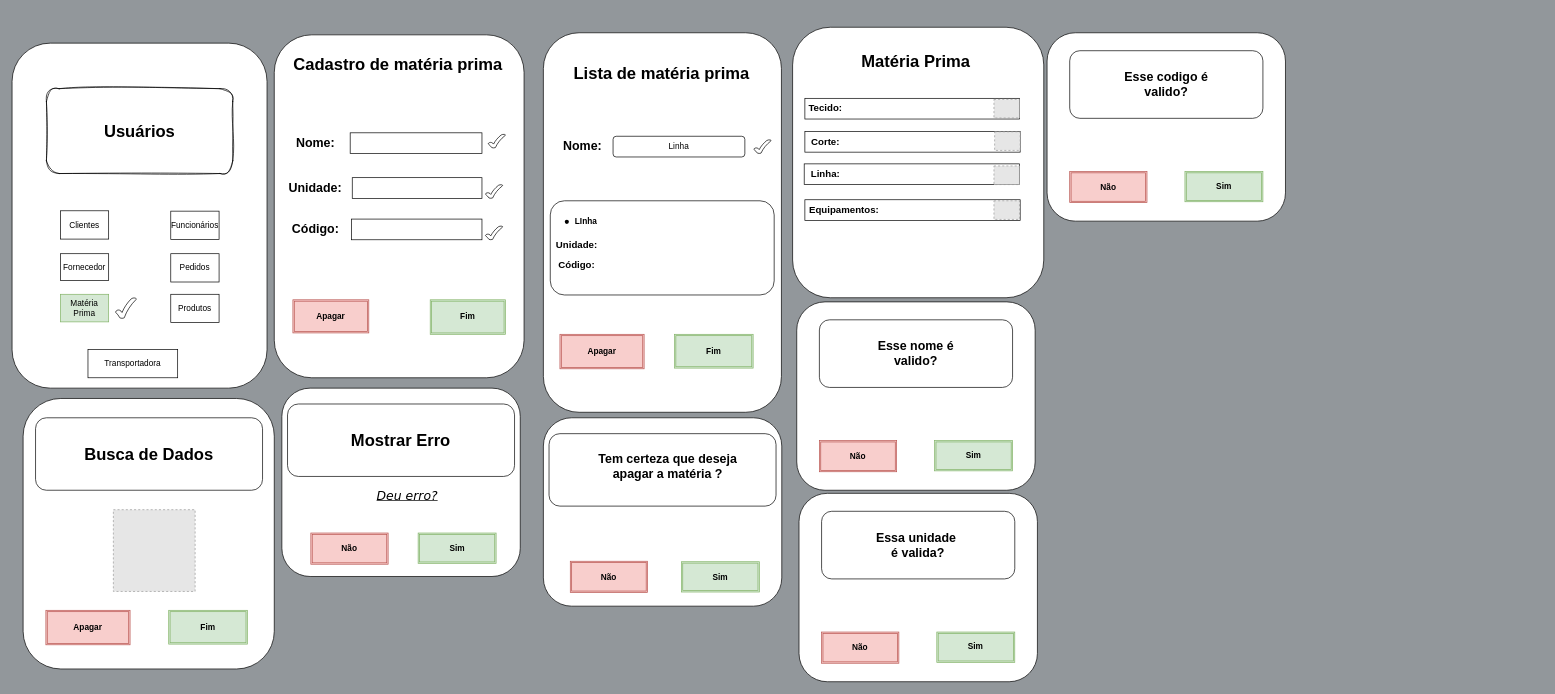
jeangustavoo/diagrama keeps this draw.io diagram as page "Página-10" (10 of 14) of DOC/FLUXOGRAMA.DRAWIO. Above is the earlier version. Source tidied: cells renumbered, new cells numbered last; positions are measured from the earlier drawing's top-left corner, leaving out a move shared by most shapes. Both pictures are drawn from the tidied source at 69%, with x=0, y=0 at pixel (12, 27). Pictures stored in the file or linked from it are replaced by grey dashed boxes.
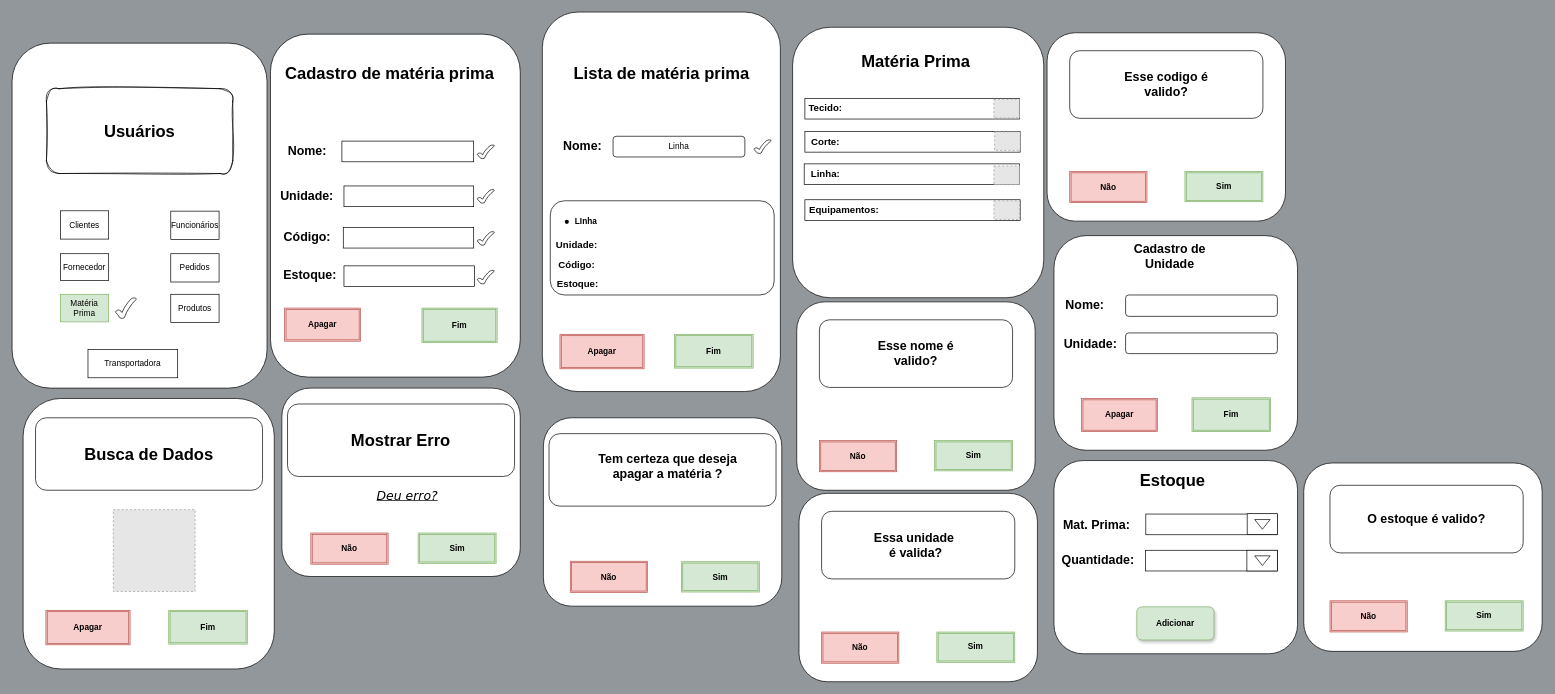
The same page after the edit.

Diff of the diagram source:
```diff
@@
     <mxCell id="2" style="rounded=1;whiteSpace=wrap;html=1;" parent="1" vertex="1">
-      <mxGeometry x="380" y="11" width="362" height="497" as="geometry" />
+      <mxGeometry x="374.5" y="10" width="362" height="497" as="geometry" />
     </mxCell>
     <mxCell id="3" value="&lt;font style=&quot;font-size: 24px;&quot;&gt;&amp;nbsp;&lt;b style=&quot;&quot;&gt;Cadastro de matéria prima&amp;nbsp;&lt;/b&gt;&lt;/font&gt;" style="text;html=1;align=center;verticalAlign=middle;strokeColor=none;fillColor=none;" parent="1" vertex="1">
-      <mxGeometry x="389" y="35" width="340" height="40" as="geometry" />
+      <mxGeometry x="377" y="47" width="340" height="40" as="geometry" />
     </mxCell>
     <mxCell id="4" value="&lt;b&gt;&lt;font style=&quot;font-size: 18px;&quot;&gt;Nome:&lt;/font&gt;&lt;/b&gt;" style="text;html=1;align=center;verticalAlign=middle;whiteSpace=wrap;rounded=0;" parent="1" vertex="1">
-      <mxGeometry x="392" y="147" width="96" height="42" as="geometry" />
+      <mxGeometry x="380" y="159" width="96" height="42" as="geometry" />
     </mxCell>
     <mxCell id="5" style="rounded=0;whiteSpace=wrap;html=1;" parent="1" vertex="1">
-      <mxGeometry x="490" y="153" width="191" height="30" as="geometry" />
+      <mxGeometry x="478" y="165" width="191" height="30" as="geometry" />
     </mxCell>
     <mxCell id="6" value="&lt;span style=&quot;font-size: 18px;&quot;&gt;&lt;b&gt;Unidade:&lt;/b&gt;&lt;/span&gt;" style="text;html=1;align=center;verticalAlign=middle;whiteSpace=wrap;rounded=0;" parent="1" vertex="1">
-      <mxGeometry x="386.5" y="217" width="105" height="31" as="geometry" />
+      <mxGeometry x="374.5" y="229" width="105" height="31" as="geometry" />
     </mxCell>
     <mxCell id="7" style="rounded=0;whiteSpace=wrap;html=1;" parent="1" vertex="1">
-      <mxGeometry x="493" y="218" width="188" height="30" as="geometry" />
+      <mxGeometry x="481" y="230" width="188" height="30" as="geometry" />
     </mxCell>
     <mxCell id="8" style="rounded=0;whiteSpace=wrap;html=1;" parent="1" vertex="1">
-      <mxGeometry x="492" y="278" width="189" height="30" as="geometry" />
+      <mxGeometry x="480" y="290" width="189" height="30" as="geometry" />
     </mxCell>
     <mxCell id="9" value="&lt;font style=&quot;font-size: 18px;&quot;&gt;&lt;b&gt;Código:&lt;/b&gt;&lt;/font&gt;" style="text;html=1;align=center;verticalAlign=middle;whiteSpace=wrap;rounded=0;" parent="1" vertex="1">
-      <mxGeometry x="389" y="278" width="102" height="28" as="geometry" />
+      <mxGeometry x="377" y="290" width="102" height="28" as="geometry" />
     </mxCell>
     <mxCell id="10" value="&lt;font face=&quot;Helvetica&quot;&gt;&lt;b&gt;Apagar&lt;/b&gt;&lt;/font&gt;" style="shape=ext;double=1;rounded=0;whiteSpace=wrap;html=1;hachureGap=4;fontFamily=Architects Daughter;fillColor=#f8cecc;strokeColor=#b85450;" parent="1" vertex="1">
-      <mxGeometry x="407" y="395" width="110" height="48" as="geometry" />
+      <mxGeometry x="395" y="407" width="110" height="48" as="geometry" />
     </mxCell>
     <mxCell id="11" value="&lt;font face=&quot;Helvetica&quot;&gt;&lt;b&gt;Fim&lt;/b&gt;&lt;/font&gt;" style="shape=ext;double=1;rounded=0;whiteSpace=wrap;html=1;hachureGap=4;fontFamily=Architects Daughter;fillColor=#d5e8d4;strokeColor=#82b366;" parent="1" vertex="1">
-      <mxGeometry x="606" y="395" width="109" height="50" as="geometry" />
+      <mxGeometry x="594" y="407" width="109" height="50" as="geometry" />
     </mxCell>
     <mxCell id="12" style="verticalLabelPosition=bottom;verticalAlign=top;html=1;shape=mxgraph.basic.tick;" parent="1" vertex="1">
-      <mxGeometry x="686" y="288" width="25" height="20" as="geometry" />
+      <mxGeometry x="674" y="296" width="25" height="20" as="geometry" />
     </mxCell>
     <mxCell id="13" style="verticalLabelPosition=bottom;verticalAlign=top;html=1;shape=mxgraph.basic.tick;" parent="1" vertex="1">
-      <mxGeometry x="686" y="228" width="25" height="20" as="geometry" />
+      <mxGeometry x="674" y="235" width="25" height="20" as="geometry" />
     </mxCell>
     <mxCell id="14" style="verticalLabelPosition=bottom;verticalAlign=top;html=1;shape=mxgraph.basic.tick;" parent="1" vertex="1">
-      <mxGeometry x="690" y="155" width="25" height="20" as="geometry" />
+      <mxGeometry x="674" y="170.5" width="25" height="20" as="geometry" />
     </mxCell>
     <mxCell id="15" style="rounded=1;whiteSpace=wrap;html=1;" parent="1" vertex="1">
-      <mxGeometry x="770" y="8" width="345" height="550" as="geometry" />
+      <mxGeometry x="768.5" y="-22" width="345" height="550" as="geometry" />
     </mxCell>
@@
-    <mxCell id="79" value="&lt;font style=&quot;font-size: 18px;&quot;&gt;&lt;b&gt;Essa unidade&amp;nbsp; é valida&lt;/b&gt;&lt;b&gt;?&lt;/b&gt;&lt;/font&gt;" style="text;html=1;align=center;verticalAlign=middle;whiteSpace=wrap;rounded=0;" parent="1" vertex="1">
-      <mxGeometry x="1244.2" y="735.5" width="138" height="30" as="geometry" />
+    <mxCell id="79" value="&lt;b style=&quot;font-size: 18px;&quot;&gt;Essa unidade&amp;nbsp; é valida&lt;/b&gt;&lt;b style=&quot;font-size: 18px;&quot;&gt;?&lt;/b&gt;" style="text;html=1;align=center;verticalAlign=middle;whiteSpace=wrap;rounded=0;" parent="1" vertex="1">
+      <mxGeometry x="1241" y="735.5" width="138" height="30" as="geometry" />
     </mxCell>
@@
+    <mxCell id="87" style="rounded=1;whiteSpace=wrap;html=1;" parent="1" vertex="1">
+      <mxGeometry x="1510" y="302" width="353" height="311" as="geometry" />
+    </mxCell>
+    <mxCell id="88" value="&lt;font style=&quot;font-size: 18px;&quot; face=&quot;Helvetica&quot;&gt;&lt;b style=&quot;&quot;&gt;Cadastro de Unidade&lt;/b&gt;&lt;/font&gt;" style="text;html=1;align=center;verticalAlign=middle;whiteSpace=wrap;rounded=0;" parent="1" vertex="1">
+      <mxGeometry x="1613.8" y="318" width="128" height="30" as="geometry" />
+    </mxCell>
+    <mxCell id="89" value="&lt;b&gt;&lt;font style=&quot;font-size: 18px;&quot;&gt;Nome:&lt;/font&gt;&lt;/b&gt;" style="text;html=1;align=center;verticalAlign=middle;whiteSpace=wrap;rounded=0;" parent="1" vertex="1">
+      <mxGeometry x="1520" y="388" width="70" height="30" as="geometry" />
+    </mxCell>
+    <mxCell id="90" style="rounded=1;whiteSpace=wrap;html=1;" parent="1" vertex="1">
+      <mxGeometry x="1613.8" y="388" width="220" height="31" as="geometry" />
+    </mxCell>
+    <mxCell id="91" value="&lt;b style=&quot;font-size: 18px;&quot;&gt;Unidade:&lt;/b&gt;" style="text;html=1;align=center;verticalAlign=middle;whiteSpace=wrap;rounded=0;" parent="1" vertex="1">
+      <mxGeometry x="1532.8" y="445" width="60" height="30" as="geometry" />
+    </mxCell>
+    <mxCell id="92" style="rounded=1;whiteSpace=wrap;html=1;" parent="1" vertex="1">
+      <mxGeometry x="1613.8" y="443" width="220" height="30" as="geometry" />
+    </mxCell>
+    <mxCell id="93" value="&lt;font face=&quot;Helvetica&quot;&gt;&lt;b&gt;Apagar&lt;/b&gt;&lt;/font&gt;" style="shape=ext;double=1;rounded=0;whiteSpace=wrap;html=1;hachureGap=4;fontFamily=Architects Daughter;fillColor=#f8cecc;strokeColor=#b85450;" parent="1" vertex="1">
+      <mxGeometry x="1550" y="538" width="110" height="48" as="geometry" />
+    </mxCell>
+    <mxCell id="94" value="&lt;font face=&quot;Helvetica&quot;&gt;&lt;b&gt;Fim&lt;/b&gt;&lt;/font&gt;" style="shape=ext;double=1;rounded=0;whiteSpace=wrap;html=1;hachureGap=4;fontFamily=Architects Daughter;fillColor=#d5e8d4;strokeColor=#82b366;" parent="1" vertex="1">
+      <mxGeometry x="1710" y="537" width="114" height="49" as="geometry" />
+    </mxCell>
+    <mxCell id="95" style="rounded=1;whiteSpace=wrap;html=1;" parent="1" vertex="1">
+      <mxGeometry x="1510" y="628" width="353" height="280" as="geometry" />
+    </mxCell>
+    <mxCell id="96" value="&lt;b&gt;&lt;font style=&quot;font-size: 24px;&quot;&gt;Estoque&lt;/font&gt;&lt;/b&gt;" style="text;html=1;align=center;verticalAlign=middle;whiteSpace=wrap;rounded=0;" parent="1" vertex="1">
+      <mxGeometry x="1621.8" y="642.9" width="120" height="30" as="geometry" />
+    </mxCell>
+    <mxCell id="97" value="&lt;font style=&quot;font-size: 18px;&quot;&gt;&lt;b style=&quot;&quot;&gt;Mat. Prima:&amp;nbsp;&lt;/b&gt;&lt;/font&gt;" style="text;html=1;align=center;verticalAlign=middle;whiteSpace=wrap;rounded=0;" parent="1" vertex="1">
+      <mxGeometry x="1515.8" y="705.5" width="117.2" height="30" as="geometry" />
+    </mxCell>
+    <mxCell id="98" style="rounded=0;whiteSpace=wrap;html=1;" parent="1" vertex="1">
+      <mxGeometry x="1643.1" y="705.5" width="191" height="30" as="geometry" />
+    </mxCell>
+    <mxCell id="99" value="&lt;b&gt;&lt;font style=&quot;font-size: 18px;&quot;&gt;&lt;font style=&quot;&quot;&gt;Quantidade&lt;/font&gt;:&lt;/font&gt;&lt;/b&gt;" style="text;html=1;align=center;verticalAlign=middle;whiteSpace=wrap;rounded=0;" parent="1" vertex="1">
+      <mxGeometry x="1543.8" y="758" width="60" height="30" as="geometry" />
+    </mxCell>
+    <mxCell id="100" style="rounded=0;whiteSpace=wrap;html=1;" parent="1" vertex="1">
+      <mxGeometry x="1642.8" y="758" width="191" height="30" as="geometry" />
+    </mxCell>
+    <mxCell id="101" style="rounded=0;whiteSpace=wrap;html=1;" parent="1" vertex="1">
+      <mxGeometry x="1790" y="705" width="44.1" height="30" as="geometry" />
+    </mxCell>
+    <mxCell id="102" style="rounded=0;whiteSpace=wrap;html=1;" parent="1" vertex="1">
+      <mxGeometry x="1789.6" y="758" width="44.1" height="30" as="geometry" />
+    </mxCell>
+    <mxCell id="103" style="triangle;whiteSpace=wrap;html=1;rotation=90;" parent="1" vertex="1">
+      <mxGeometry x="1805.1" y="709.2" width="14" height="22.5" as="geometry" />
+    </mxCell>
+    <mxCell id="104" style="triangle;whiteSpace=wrap;html=1;rotation=90;" parent="1" vertex="1">
+      <mxGeometry x="1805.1" y="761.8" width="14" height="22.5" as="geometry" />
+    </mxCell>
+    <mxCell id="105" value="&lt;b&gt;Adicionar&lt;/b&gt;" style="rounded=1;whiteSpace=wrap;html=1;shadow=1;fillColor=#d5e8d4;strokeColor=#82b366;" parent="1" vertex="1">
+      <mxGeometry x="1630" y="840" width="111.8" height="48" as="geometry" />
+    </mxCell>
+    <mxCell id="106" style="rounded=1;whiteSpace=wrap;html=1;" parent="1" vertex="1">
+      <mxGeometry x="1872" y="631.5" width="345.5" height="273" as="geometry" />
+    </mxCell>
+    <mxCell id="107" value="&lt;div style=&quot;text-align: center;&quot;&gt;&lt;span style=&quot;text-align: start; background-color: initial; font-size: 18px;&quot;&gt;&lt;b&gt;O estoque é valido?&lt;/b&gt;&lt;/span&gt;&lt;/div&gt;" style="rounded=1;whiteSpace=wrap;html=1;" parent="1" vertex="1">
+      <mxGeometry x="1910" y="663.8" width="280" height="98" as="geometry" />
+    </mxCell>
+    <mxCell id="108" value="&lt;font face=&quot;Helvetica&quot;&gt;&lt;b&gt;Não&lt;/b&gt;&lt;/font&gt;" style="shape=ext;double=1;rounded=0;whiteSpace=wrap;html=1;hachureGap=4;fontFamily=Architects Daughter;fillColor=#f8cecc;strokeColor=#b85450;" parent="1" vertex="1">
+      <mxGeometry x="1910" y="831.2" width="112" height="45.2" as="geometry" />
+    </mxCell>
+    <mxCell id="109" value="&lt;font face=&quot;Helvetica&quot;&gt;&lt;b&gt;Sim&lt;/b&gt;&lt;/font&gt;" style="shape=ext;double=1;rounded=0;whiteSpace=wrap;html=1;hachureGap=4;fontFamily=Architects Daughter;fillColor=#d5e8d4;strokeColor=#82b366;" parent="1" vertex="1">
+      <mxGeometry x="2077" y="831.2" width="113" height="43.9" as="geometry" />
+    </mxCell>
+    <mxCell id="110" value="&lt;b style=&quot;font-size: 18px;&quot;&gt;Estoque:&lt;/b&gt;" style="text;html=1;align=center;verticalAlign=middle;whiteSpace=wrap;rounded=0;" parent="1" vertex="1">
+      <mxGeometry x="395" y="340.2" width="74" height="40" as="geometry" />
+    </mxCell>
+    <mxCell id="111" style="rounded=0;whiteSpace=wrap;html=1;" parent="1" vertex="1">
+      <mxGeometry x="481" y="345.8" width="189" height="30" as="geometry" />
+    </mxCell>
+    <mxCell id="112" style="verticalLabelPosition=bottom;verticalAlign=top;html=1;shape=mxgraph.basic.tick;" parent="1" vertex="1">
+      <mxGeometry x="674" y="352" width="25" height="20" as="geometry" />
+    </mxCell>
+    <mxCell id="113" value="&lt;b style=&quot;font-size: 14px;&quot;&gt;Estoque:&lt;/b&gt;" style="text;html=1;align=center;verticalAlign=middle;whiteSpace=wrap;rounded=0;" parent="1" vertex="1">
+      <mxGeometry x="790" y="357" width="60" height="30" as="geometry" />
+    </mxCell>
```
